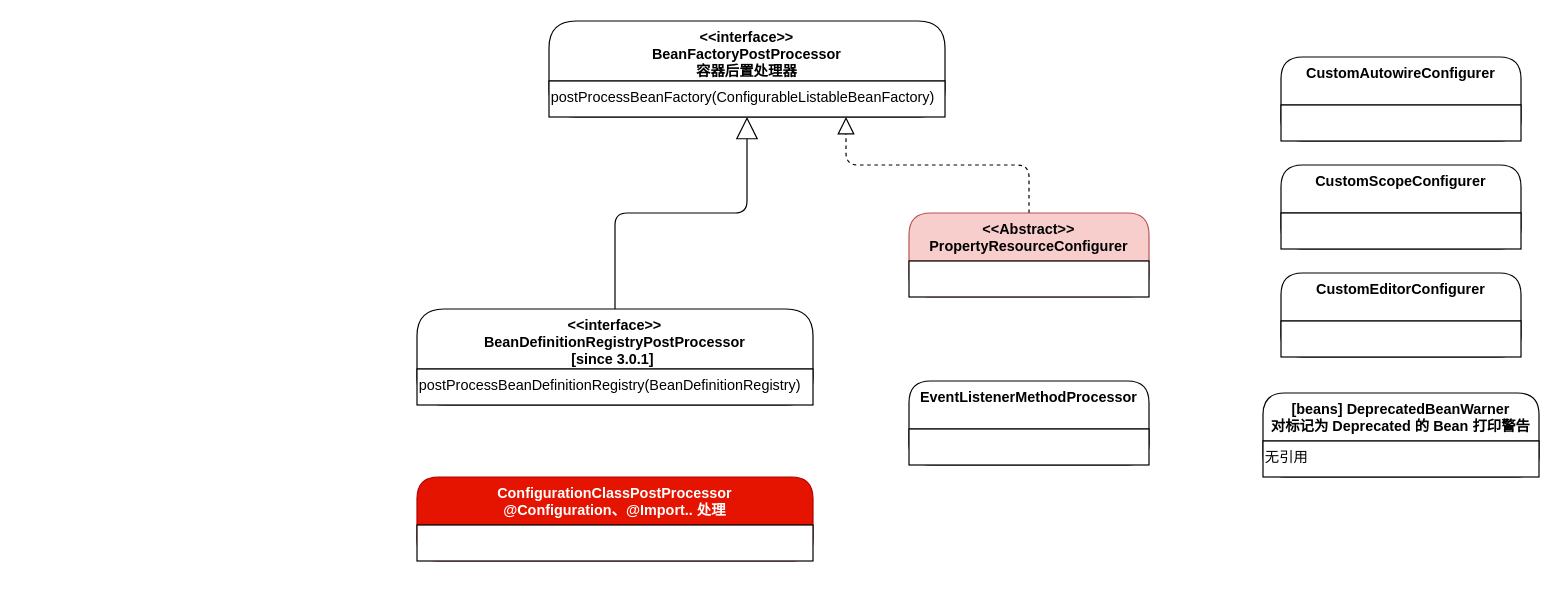
Earlier version of the draw.io diagram page "BeanFactoryPostProcessor" (2 of 3) of demo-spring-draw/Spring-Lifecycle.drawio (hello-world-example/Spring-Context). Source tidied: cells renumbered, new cells numbered last; positions are measured from the earlier drawing's top-left corner, leaving out a move shared by most shapes. Both pictures are drawn from the tidied source at 120%, with x=0, y=0 at pixel (416, 20).
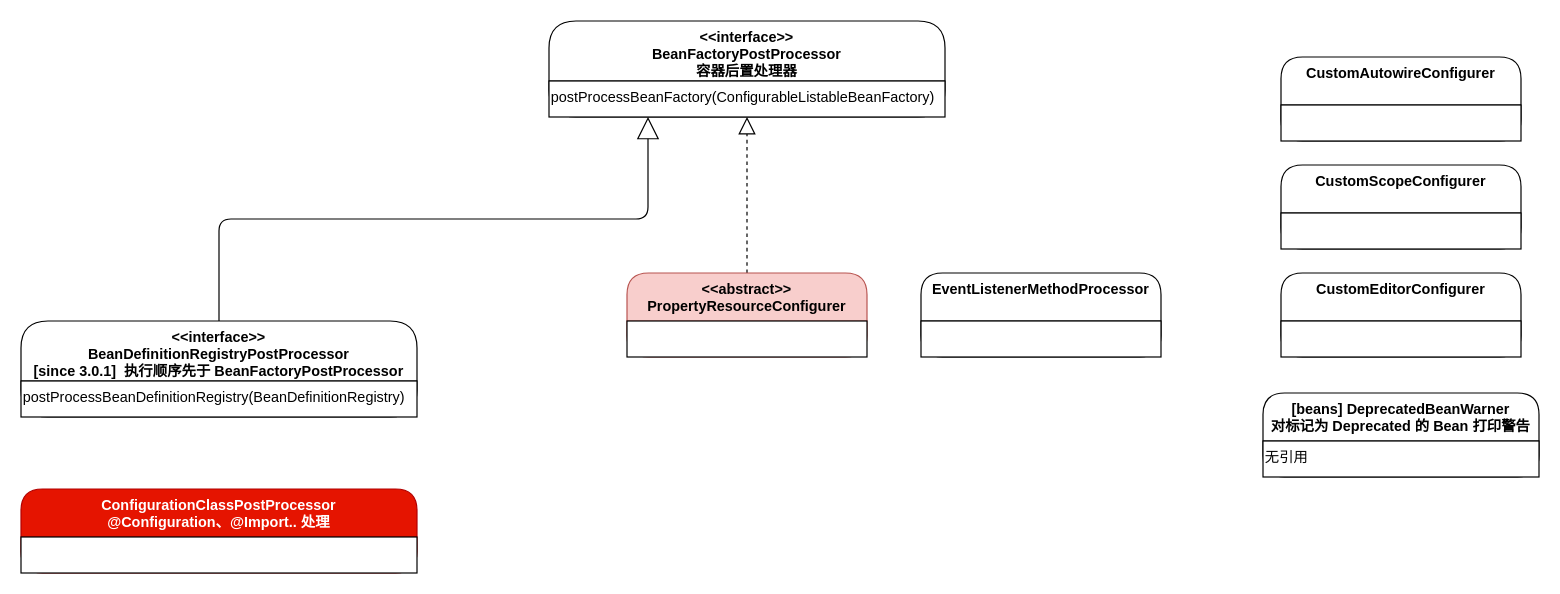
After the change.

Unchanged cells that the change refers to:
```xml
<mxCell id="2" value="&lt;&lt;interface&gt;&gt;&#10;BeanFactoryPostProcessor&#10;容器后置处理器" style="swimlane;fontStyle=1;align=center;verticalAlign=top;horizontal=1;startSize=50;rounded=1;shadow=0;glass=0;sketch=0;html=0;" parent="1" vertex="1">
  <mxGeometry x="110" width="330" height="80" as="geometry" />
</mxCell>
<mxCell id="3" value="postProcessBeanFactory(ConfigurableListableBeanFactory)" style="rounded=0;whiteSpace=wrap;shadow=0;glass=0;sketch=0;align=left;verticalAlign=top;" parent="2" vertex="1">
  <mxGeometry y="50" width="330" height="30" as="geometry" />
</mxCell>
```

Diff of the diagram source:
```diff
@@
-    <mxCell id="4" style="endArrow=block;endSize=16;endFill=0;html=1;edgeStyle=orthogonalEdgeStyle;exitX=0.5;exitY=0;exitDx=0;exitDy=0;entryX=0.5;entryY=1;entryDx=0;entryDy=0;" parent="1" edge="1" source="5" target="2">
+    <mxCell id="4" style="endArrow=block;endSize=16;endFill=0;html=1;edgeStyle=orthogonalEdgeStyle;exitX=0.5;exitY=0;exitDx=0;exitDy=0;entryX=0.25;entryY=1;entryDx=0;entryDy=0;" parent="1" edge="1" source="5" target="2">
       <mxGeometry x="-335" y="160" as="geometry" />
     </mxCell>
-    <mxCell id="5" value="&lt;&lt;interface&gt;&gt; &#10;BeanDefinitionRegistryPostProcessor&#10;[since 3.0.1] " style="swimlane;fontStyle=1;align=center;verticalAlign=top;horizontal=1;startSize=50;rounded=1;shadow=0;glass=0;sketch=0;html=0;" parent="1" vertex="1">
-      <mxGeometry y="240" width="330" height="80" as="geometry" />
+    <mxCell id="5" value="&lt;&lt;interface&gt;&gt; &#10;BeanDefinitionRegistryPostProcessor&#10;[since 3.0.1]  执行顺序先于 BeanFactoryPostProcessor" style="swimlane;fontStyle=1;align=center;verticalAlign=top;horizontal=1;startSize=50;rounded=1;shadow=0;glass=0;sketch=0;html=0;" parent="1" vertex="1">
+      <mxGeometry x="-330" y="250" width="330" height="80" as="geometry" />
     </mxCell>
@@
     <mxCell id="7" value="ConfigurationClassPostProcessor&#10;@Configuration、@Import.. 处理" style="swimlane;fontStyle=1;align=center;verticalAlign=top;horizontal=1;startSize=40;rounded=1;shadow=0;glass=0;sketch=0;html=0;fillColor=#e51400;strokeColor=#B20000;fontColor=#ffffff;" parent="1" vertex="1">
-      <mxGeometry y="380" width="330" height="70" as="geometry" />
+      <mxGeometry x="-330" y="390" width="330" height="70" as="geometry" />
     </mxCell>
@@
-    <mxCell id="9" style="endArrow=block;dashed=1;endFill=0;endSize=12;html=1;edgeStyle=orthogonalEdgeStyle;exitX=0.5;exitY=0;exitDx=0;exitDy=0;entryX=0.75;entryY=1;entryDx=0;entryDy=0;" parent="1" edge="1" source="10" target="2">
+    <mxCell id="9" style="endArrow=block;dashed=1;endFill=0;endSize=12;html=1;edgeStyle=orthogonalEdgeStyle;exitX=0.5;exitY=0;exitDx=0;exitDy=0;entryX=0.5;entryY=1;entryDx=0;entryDy=0;" parent="1" edge="1" source="10" target="3">
       <mxGeometry x="692.5" y="-5" as="geometry" />
     </mxCell>
-    <mxCell id="10" value="&lt;&lt;Abstract&gt;&gt;&#10;PropertyResourceConfigurer" style="swimlane;fontStyle=1;align=center;verticalAlign=top;horizontal=1;startSize=40;rounded=1;shadow=0;glass=0;sketch=0;html=0;fillColor=#f8cecc;strokeColor=#b85450;" parent="1" vertex="1">
-      <mxGeometry x="410" y="160" width="200" height="70" as="geometry" />
+    <mxCell id="10" value="&lt;&lt;abstract&gt;&gt;&#10;PropertyResourceConfigurer" style="swimlane;fontStyle=1;align=center;verticalAlign=top;horizontal=1;startSize=40;rounded=1;shadow=0;glass=0;sketch=0;html=0;fillColor=#f8cecc;strokeColor=#b85450;" parent="1" vertex="1">
+      <mxGeometry x="175" y="210" width="200" height="70" as="geometry" />
     </mxCell>
@@
     <mxCell id="12" value="EventListenerMethodProcessor" style="swimlane;fontStyle=1;align=center;verticalAlign=top;horizontal=1;startSize=40;rounded=1;shadow=0;glass=0;sketch=0;html=0;" parent="1" vertex="1">
-      <mxGeometry x="410" y="300" width="200" height="70" as="geometry" />
+      <mxGeometry x="420" y="210" width="200" height="70" as="geometry" />
     </mxCell>
```
